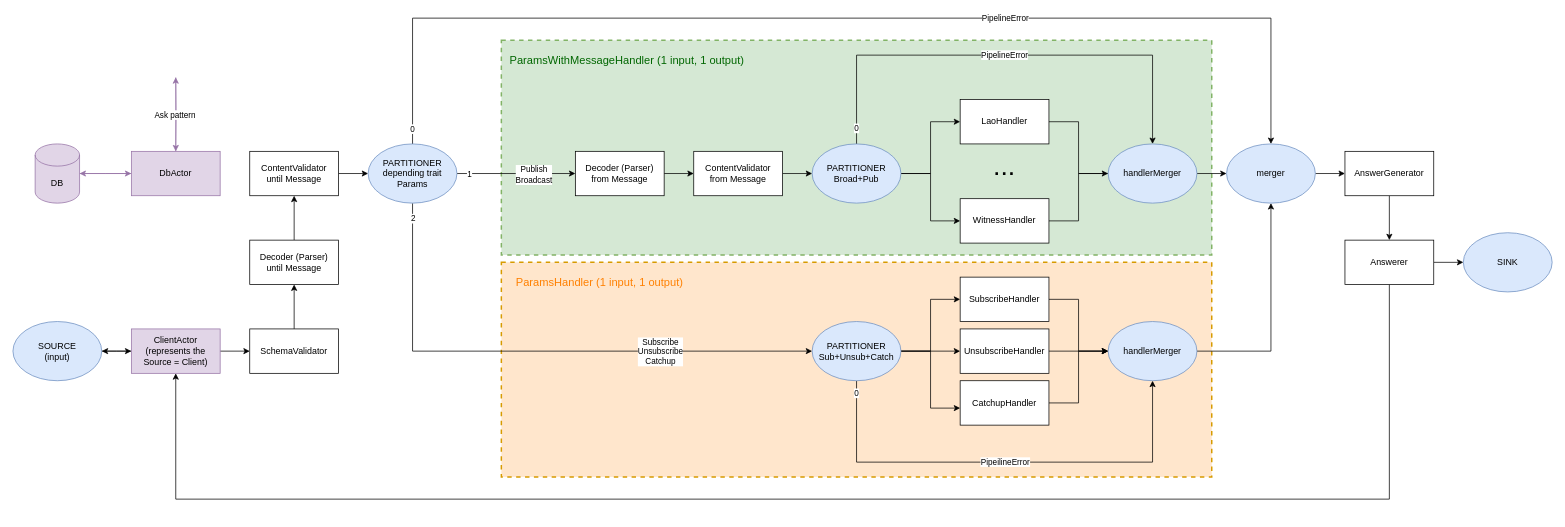
Before: page "be2-graph" (1 of 3) of be2-scala/docs/images/be2-cleanup.drawio in dedis/popstellar, a draw.io diagram. Source tidied: cells renumbered, new cells numbered last; positions are measured from the earlier drawing's top-left corner, leaving out a move shared by most shapes. Both pictures are drawn from the tidied source at 74%, with x=0, y=0 at pixel (13, 18).
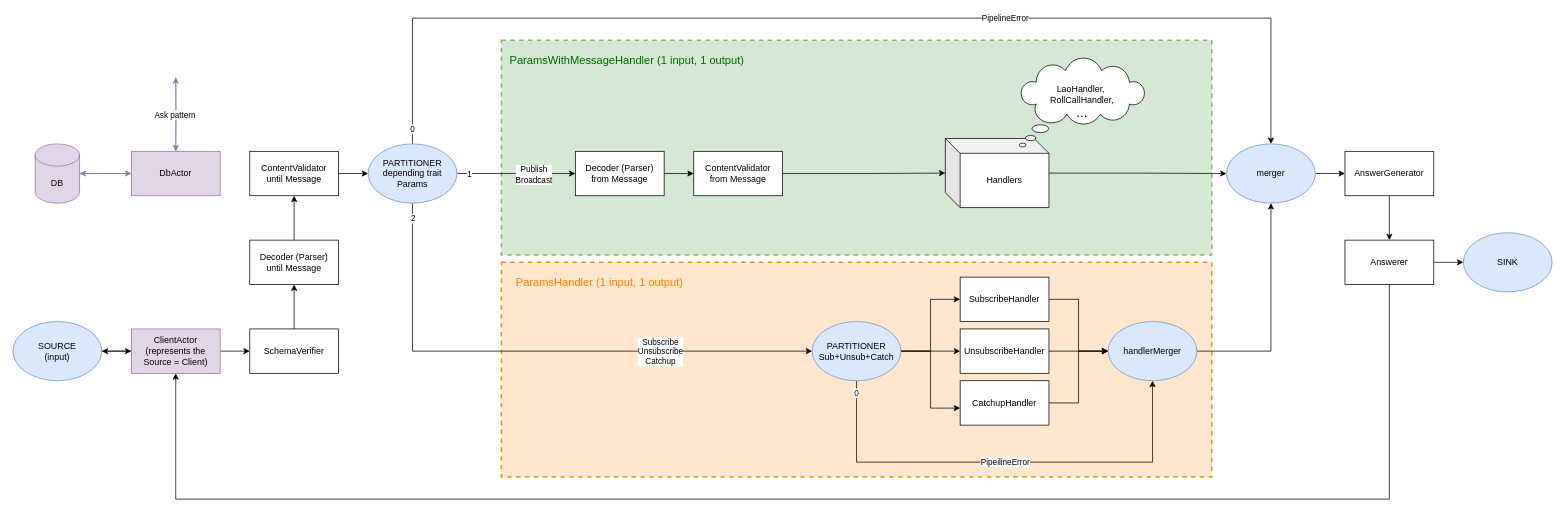
The same page after the edit.

The change refers to these unchanged cells:
```xml
<mxCell id="6" style="group;" parent="1" vertex="1">
  <mxGeometry x="660" y="30" width="960" height="290" as="geometry" />
</mxCell>
<mxCell id="27" value="merger" style="ellipse;whiteSpace=wrap;html=1;fillColor=#dae8fc;strokeColor=#6c8ebf;" parent="1" vertex="1">
  <mxGeometry x="1640" y="170" width="120" height="80" as="geometry" />
</mxCell>
<mxCell id="56" value="ContentValidator&lt;br&gt;from Message" style="rounded=0;whiteSpace=wrap;html=1;" parent="1" vertex="1">
  <mxGeometry x="920" y="180" width="120" height="60" as="geometry" />
</mxCell>
```

Change to the diagram source:
```diff
@@
+    <mxCell id="77" value="Handlers" style="shape=cube;whiteSpace=wrap;html=1;boundedLbl=1;backgroundOutline=1;darkOpacity=0.05;darkOpacity2=0.1;" parent="6" vertex="1">
+      <mxGeometry x="600" y="132.7" width="140" height="93.3" as="geometry" />
+    </mxCell>
+    <mxCell id="78" value="LaoHandler,&amp;nbsp;&lt;br&gt;RollCallHandler,&lt;br&gt;&lt;font style=&quot;font-size: 18px&quot;&gt;...&lt;/font&gt;" style="whiteSpace=wrap;html=1;shape=mxgraph.basic.cloud_callout;" parent="6" vertex="1">
+      <mxGeometry x="700" y="24" width="170" height="120" as="geometry" />
+    </mxCell>
@@
-    <mxCell id="10" value="SchemaValidator" style="rounded=0;whiteSpace=wrap;html=1;" parent="1" vertex="1">
+    <mxCell id="10" value="SchemaVerifier" style="rounded=0;whiteSpace=wrap;html=1;" parent="1" vertex="1">
       <mxGeometry x="320" y="420" width="120" height="60" as="geometry" />
     </mxCell>
@@
-    <mxCell id="15" style="edgeStyle=orthogonalEdgeStyle;rounded=0;jettySize=auto;html=1;entryX=0;entryY=0.5;entryDx=0;entryDy=0;" parent="1" edge="1" source="19" target="23">
-      <mxGeometry relative="1" as="geometry" />
-    </mxCell>
-    <mxCell id="16" style="edgeStyle=orthogonalEdgeStyle;rounded=0;jettySize=auto;html=1;entryX=0;entryY=0.5;entryDx=0;entryDy=0;" parent="1" edge="1" source="19" target="21">
-      <mxGeometry relative="1" as="geometry" />
-    </mxCell>
-    <mxCell id="17" value="PipelineError" style="edgeStyle=orthogonalEdgeStyle;rounded=0;jettySize=auto;html=1;entryX=0.5;entryY=0;entryDx=0;entryDy=0;" parent="1" edge="1" source="19" target="58">
-      <mxGeometry relative="1" as="geometry">
-        <Array as="points">
-          <mxPoint x="1140" y="50" />
-          <mxPoint x="1540" y="50" />
-        </Array>
-      </mxGeometry>
-    </mxCell>
-    <mxCell id="18" value="0" style="edgeLabel;html=1;align=center;verticalAlign=middle;" parent="17" vertex="1">
-      <mxGeometry x="-0.94" y="-1" relative="1" as="geometry">
-        <mxPoint x="-2" y="-3" as="offset" />
-      </mxGeometry>
-    </mxCell>
-    <mxCell id="19" value="PARTITIONER&lt;br&gt;Broad+Pub" style="ellipse;whiteSpace=wrap;html=1;fillColor=#dae8fc;strokeColor=#6c8ebf;" parent="1" vertex="1">
-      <mxGeometry x="1080" y="170" width="120" height="80" as="geometry" />
-    </mxCell>
-    <mxCell id="20" style="edgeStyle=orthogonalEdgeStyle;rounded=0;jettySize=auto;html=1;exitX=1;exitY=0.5;exitDx=0;exitDy=0;entryX=0;entryY=0.5;entryDx=0;entryDy=0;" parent="1" edge="1" source="21" target="58">
-      <mxGeometry relative="1" as="geometry">
-        <Array as="points">
-          <mxPoint x="1440" y="140" />
-          <mxPoint x="1440" y="210" />
-        </Array>
-      </mxGeometry>
-    </mxCell>
-    <mxCell id="21" value="LaoHandler" style="rounded=0;whiteSpace=wrap;html=1;" parent="1" vertex="1">
-      <mxGeometry x="1280" y="110" width="120" height="60" as="geometry" />
-    </mxCell>
-    <mxCell id="22" style="edgeStyle=orthogonalEdgeStyle;rounded=0;jettySize=auto;html=1;entryX=0;entryY=0.5;entryDx=0;entryDy=0;" parent="1" edge="1" source="23" target="58">
-      <mxGeometry relative="1" as="geometry">
-        <Array as="points">
-          <mxPoint x="1440" y="274" />
-          <mxPoint x="1440" y="210" />
-          <mxPoint x="1530" y="210" />
-        </Array>
-      </mxGeometry>
-    </mxCell>
-    <mxCell id="23" value="WitnessHandler" style="rounded=0;whiteSpace=wrap;html=1;" parent="1" vertex="1">
-      <mxGeometry x="1280" y="244" width="120" height="60" as="geometry" />
-    </mxCell>
-    <mxCell id="24" value="&lt;font style=&quot;font-size: 36px&quot;&gt;...&lt;/font&gt;" style="text;html=1;strokeColor=none;fillColor=none;align=center;verticalAlign=middle;whiteSpace=wrap;rounded=0;" parent="1" vertex="1">
-      <mxGeometry x="1320" y="190" width="40" height="20" as="geometry" />
-    </mxCell>
-    <mxCell id="25" style="edgeStyle=orthogonalEdgeStyle;rounded=0;orthogonalLoop=1;jettySize=auto;html=1;exitX=0.5;exitY=1;exitDx=0;exitDy=0;" parent="1" edge="1" source="24" target="24">
-      <mxGeometry relative="1" as="geometry" />
+    <mxCell id="25" style="edgeStyle=orthogonalEdgeStyle;rounded=0;orthogonalLoop=1;jettySize=auto;html=1;exitX=0.5;exitY=1;exitDx=0;exitDy=0;" parent="1" edge="1">
+      <mxGeometry relative="1" as="geometry">
+        <mxPoint x="1340" y="210" as="sourcePoint" />
+        <mxPoint x="1340" y="210" as="targetPoint" />
+      </mxGeometry>
     </mxCell>
@@
-    <mxCell id="55" style="edgeStyle=orthogonalEdgeStyle;rounded=0;jettySize=auto;html=1;entryX=0;entryY=0.5;entryDx=0;entryDy=0;" parent="1" edge="1" source="56" target="19">
-      <mxGeometry relative="1" as="geometry" />
-    </mxCell>
+    <mxCell id="79" style="edgeStyle=orthogonalEdgeStyle;rounded=0;jettySize=auto;html=1;" parent="1" edge="1" source="56" target="77">
+      <mxGeometry relative="1" as="geometry" />
+    </mxCell>
@@
-    <mxCell id="57" style="edgeStyle=orthogonalEdgeStyle;rounded=0;jettySize=auto;html=1;entryX=0;entryY=0.5;entryDx=0;entryDy=0;" parent="1" edge="1" source="58" target="27">
-      <mxGeometry relative="1" as="geometry" />
-    </mxCell>
-    <mxCell id="58" value="handlerMerger" style="ellipse;whiteSpace=wrap;html=1;fillColor=#dae8fc;strokeColor=#6c8ebf;" parent="1" vertex="1">
-      <mxGeometry x="1480" y="170" width="120" height="80" as="geometry" />
-    </mxCell>
@@
+    <mxCell id="80" style="edgeStyle=orthogonalEdgeStyle;rounded=0;jettySize=auto;html=1;entryX=0;entryY=0.5;entryDx=0;entryDy=0;" parent="1" edge="1" source="77" target="27">
+      <mxGeometry relative="1" as="geometry" />
+    </mxCell>
```
